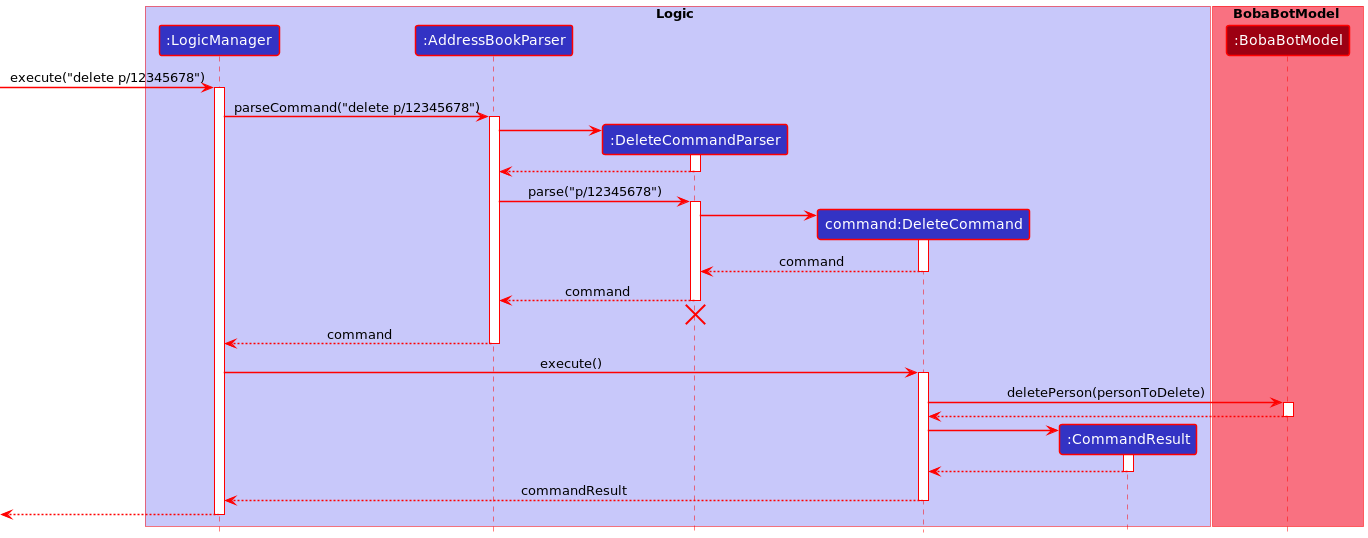
This is docs/images/DeleteSequenceDiagram.png from nus-cs2103-AY2223S1/tp, a PlantUML export, as it was before one commit.
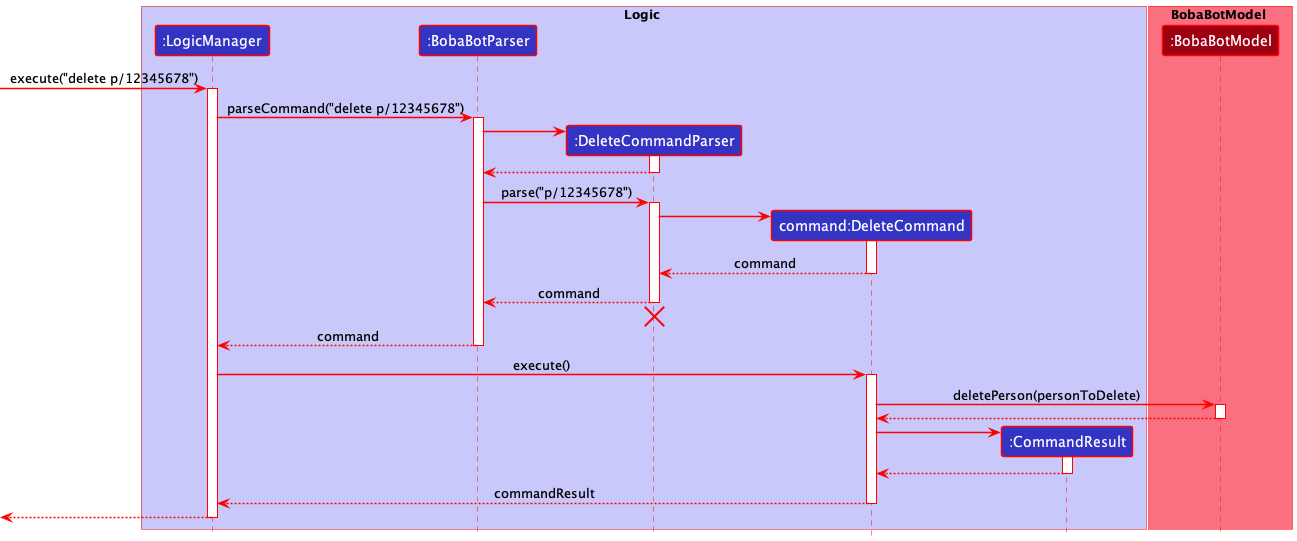
Later version of the same file.

What changed in the source:
```diff
@@ -12,7 +12,7 @@
 
 box Logic LOGIC_COLOR_T1
 participant ":LogicManager" as LogicManager LOGIC_COLOR
-participant ":AddressBookParser" as AddressBookParser LOGIC_COLOR
+participant ":BobaBotParser" as BobaBotParser LOGIC_COLOR
 participant ":DeleteCommandParser" as DeleteCommandParser LOGIC_COLOR
 participant "command:DeleteCommand" as DeleteCommand LOGIC_COLOR
 participant ":CommandResult" as CommandResult LOGIC_COLOR
@@ -25,17 +25,17 @@
 [-> LogicManager : execute("delete p/12345678")
 activate LogicManager
 
-LogicManager -> AddressBookParser : parseCommand("delete p/12345678")
-activate AddressBookParser
+LogicManager -> BobaBotParser : parseCommand("delete p/12345678")
+activate BobaBotParser
 
 create DeleteCommandParser
-AddressBookParser -> DeleteCommandParser
+BobaBotParser -> DeleteCommandParser
 activate DeleteCommandParser
 
-DeleteCommandParser --> AddressBookParser
+DeleteCommandParser --> BobaBotParser
 deactivate DeleteCommandParser
 
-AddressBookParser -> DeleteCommandParser : parse("p/12345678")
+BobaBotParser -> DeleteCommandParser : parse("p/12345678")
 activate DeleteCommandParser
 
 create DeleteCommand
@@ -45,13 +45,13 @@
 DeleteCommand --> DeleteCommandParser : command
 deactivate DeleteCommand
 
-DeleteCommandParser --> AddressBookParser : command
+DeleteCommandParser --> BobaBotParser : command
 deactivate DeleteCommandParser
-DeleteCommandParser -[hidden]-> AddressBookParser
+DeleteCommandParser -[hidden]-> BobaBotParser
 destroy DeleteCommandParser
 
-AddressBookParser --> LogicManager : command
-deactivate AddressBookParser
+BobaBotParser --> LogicManager : command
+deactivate BobaBotParser
 
 LogicManager -> DeleteCommand : execute()
 activate DeleteCommand
```
